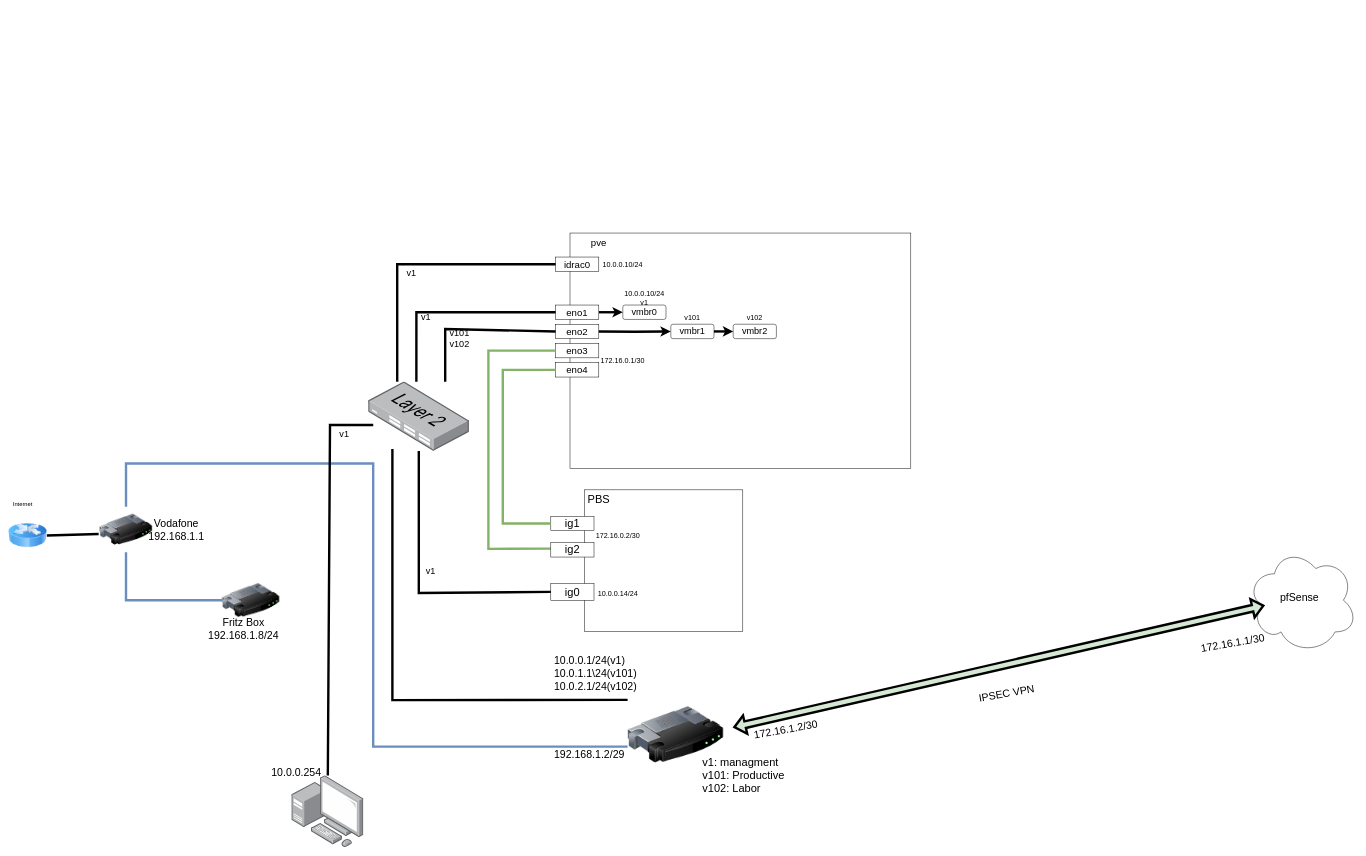
Before: Untitled Diagram.drawio in lucpfi/homelab, a draw.io diagram. Source tidied: cells renumbered, new cells numbered last; positions are measured from the earlier drawing's top-left corner, leaving out a move shared by most shapes. Both pictures are drawn from the tidied source at 48%, with x=0, y=0 at pixel (8, 223). Pictures stored in the file or linked from it are replaced by grey dashed boxes.
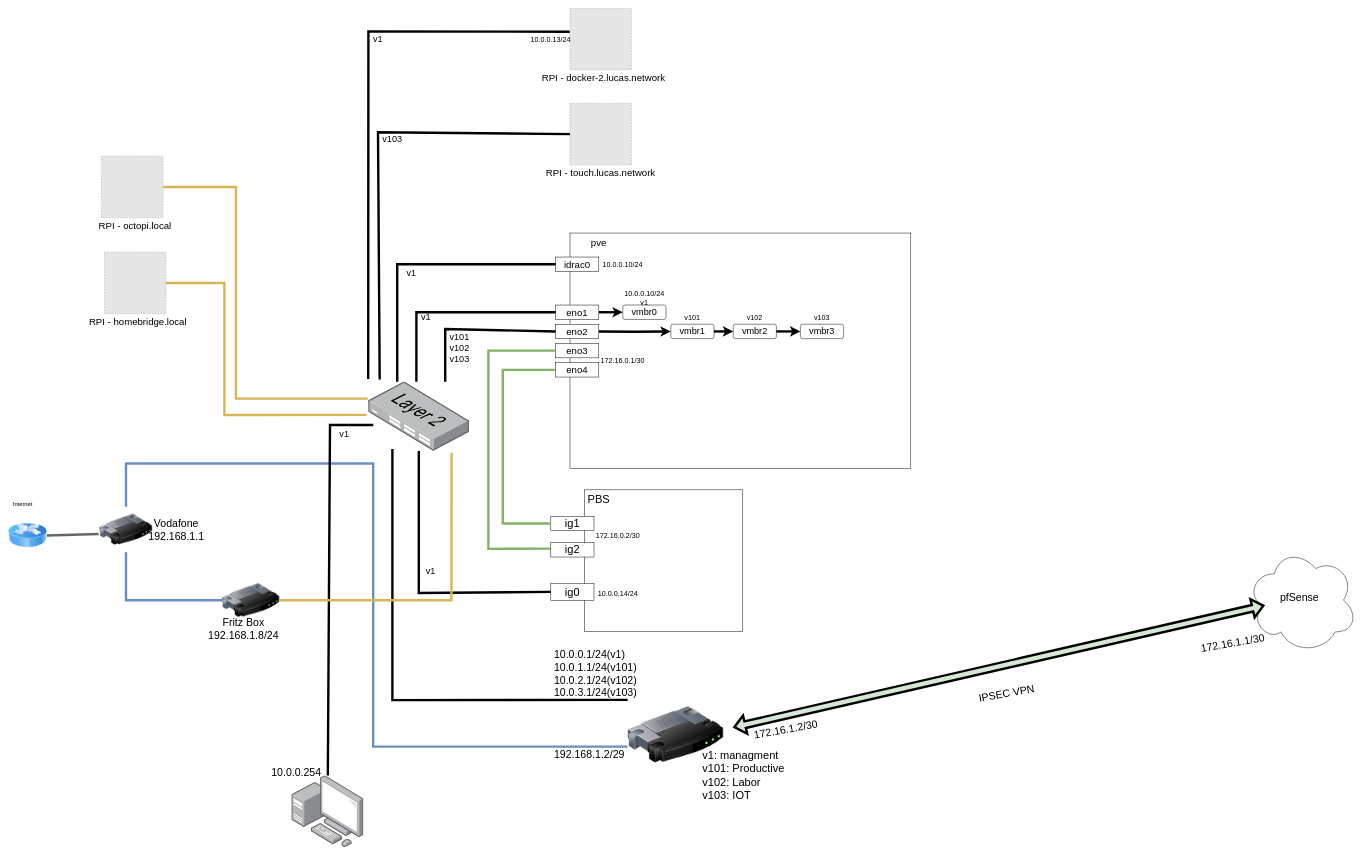
The same page after the edit.

Unchanged cells that the change refers to:
```xml
<mxCell id="2" style="image;html=1;image=img/lib/clip_art/networking/Router_128x128.png;" parent="1" vertex="1">
  <mxGeometry x="190" y="590" width="110" height="95" as="geometry" />
</mxCell>
<mxCell id="4" style="image;html=1;image=img/lib/clip_art/networking/Router_128x128.png;" parent="1" vertex="1">
  <mxGeometry x="445" y="740" width="120" height="90" as="geometry" />
</mxCell>
<mxCell id="5" style="image;html=1;image=img/lib/clip_art/networking/Router_Icon_128x128.png;" parent="1" vertex="1">
  <mxGeometry y="610" width="80" height="80" as="geometry" />
</mxCell>
<mxCell id="11" style="points=[];html=1;align=center;shadow=0;dashed=0;image;image=img/lib/allied_telesis/switch/Switch_24_port_L2.svg;fontSize=20;" parent="1" vertex="1">
  <mxGeometry x="750" y="330" width="210" height="143.9" as="geometry" />
</mxCell>
<mxCell id="44" value="vmbr2" style="rounded=1;whiteSpace=wrap;html=1;fontFamily=Helvetica;fontSize=19;fontColor=default;fillColor=none;gradientColor=none;" parent="1" vertex="1">
  <mxGeometry x="1510" y="210" width="90" height="30" as="geometry" />
</mxCell>
```

Change to the diagram source:
```diff
@@
-    <mxCell id="6" style="endArrow=none;html=1;rounded=0;exitX=1;exitY=0.5;exitDx=0;exitDy=0;strokeWidth=5;entryX=-0.018;entryY=0.601;entryDx=0;entryDy=0;entryPerimeter=0;" parent="1" edge="1" source="5" target="2">
+    <mxCell id="6" style="endArrow=none;html=1;rounded=0;exitX=1;exitY=0.5;exitDx=0;exitDy=0;strokeWidth=5;entryX=-0.018;entryY=0.601;entryDx=0;entryDy=0;entryPerimeter=0;fillColor=#f5f5f5;strokeColor=#666666;" parent="1" edge="1" source="5" target="2">
       <mxGeometry relative="1" as="geometry" />
     </mxCell>
@@
-    <mxCell id="21" value="v1: managment&lt;br&gt;v101: Productive&lt;br&gt;&lt;div&gt;&lt;div&gt;v102: Labor&lt;/div&gt;&lt;/div&gt;" style="text;html=1;strokeColor=none;fillColor=none;align=left;verticalAlign=middle;whiteSpace=wrap;rounded=0;fontSize=23;" parent="1" vertex="1">
+    <mxCell id="21" value="v1: managment&lt;br&gt;v101: Productive&lt;br&gt;&lt;div&gt;&lt;div&gt;v102: Labor&lt;/div&gt;&lt;div&gt;v103: IOT&lt;br&gt;&lt;/div&gt;&lt;/div&gt;" style="text;html=1;strokeColor=none;fillColor=none;align=left;verticalAlign=middle;whiteSpace=wrap;rounded=0;fontSize=23;" parent="1" vertex="1">
       <mxGeometry x="1444" y="1050" width="210" height="200" as="geometry" />
     </mxCell>
-    <mxCell id="22" value="&lt;div&gt;v101&lt;/div&gt;&lt;div&gt;v102&lt;/div&gt;" style="text;html=1;strokeColor=none;fillColor=none;align=center;verticalAlign=middle;whiteSpace=wrap;rounded=0;fontSize=19;" parent="1" vertex="1">
-      <mxGeometry x="910" y="200" width="60" height="80" as="geometry" />
+    <mxCell id="22" value="&lt;div&gt;v101&lt;/div&gt;&lt;div&gt;v102&lt;/div&gt;&lt;div&gt;v103&lt;br&gt;&lt;/div&gt;" style="text;html=1;strokeColor=none;fillColor=none;align=center;verticalAlign=middle;whiteSpace=wrap;rounded=0;fontSize=19;" parent="1" vertex="1">
+      <mxGeometry x="910" y="220" width="60" height="80" as="geometry" />
     </mxCell>
@@
-    <mxCell id="35" value="10.0.0.1/24(v1)&lt;br style=&quot;font-size: 22px&quot;&gt;10.0.1.1\24(v101)&lt;br style=&quot;font-size: 22px&quot;&gt;10.0.2.1/24(v102)" style="text;html=1;strokeColor=none;fillColor=none;align=left;verticalAlign=middle;whiteSpace=wrap;rounded=0;fontSize=22;" parent="1" vertex="1">
+    <mxCell id="35" value="10.0.0.1/24(v1)&lt;br style=&quot;font-size: 22px&quot;&gt;10.0.1.1/24(v101)&lt;br style=&quot;font-size: 22px&quot;&gt;&lt;div&gt;10.0.2.1/24(v102)&lt;/div&gt;&lt;div&gt;10.0.3.1/24(v103)&lt;br&gt;&lt;/div&gt;" style="text;html=1;strokeColor=none;fillColor=none;align=left;verticalAlign=middle;whiteSpace=wrap;rounded=0;fontSize=22;" parent="1" vertex="1">
       <mxGeometry x="1135" y="900" width="140" height="75" as="geometry" />
     </mxCell>
@@
+    <mxCell id="62" style="edgeStyle=orthogonalEdgeStyle;rounded=0;jettySize=auto;html=1;entryX=0;entryY=0.5;entryDx=0;entryDy=0;strokeWidth=5;" parent="1" edge="1" source="44" target="63">
+      <mxGeometry relative="1" as="geometry" />
+    </mxCell>
@@
+    <mxCell id="63" value="&lt;div&gt;vmbr3&lt;/div&gt;" style="rounded=1;whiteSpace=wrap;html=1;fontFamily=Helvetica;fontSize=19;fontColor=default;fillColor=none;gradientColor=none;" parent="1" vertex="1">
+      <mxGeometry x="1650" y="210" width="90" height="30" as="geometry" />
+    </mxCell>
+    <mxCell id="64" value="v103" style="text;html=1;strokeColor=none;fillColor=none;align=center;verticalAlign=middle;whiteSpace=wrap;rounded=0;fontFamily=Helvetica;fontSize=15;fontColor=default;" parent="1" vertex="1">
+      <mxGeometry x="1650" y="180" width="90" height="30" as="geometry" />
+    </mxCell>
+    <mxCell id="65" style="fillColor=#E6E6E6;strokeColor=#999999;dashed=1;html=1;verticalAlign=top;verticalLabelPosition=bottom;labelBackgroundColor=#ffffff;" parent="1" vertex="1">
+      <mxGeometry x="1170" y="-250" width="128" height="128" as="geometry" />
+    </mxCell>
+    <mxCell id="66" style="endArrow=none;html=1;rounded=0;fontFamily=Helvetica;fontSize=15;fontColor=default;strokeWidth=5;entryX=0;entryY=0.5;entryDx=0;entryDy=0;exitX=0.112;exitY=-0.034;exitDx=0;exitDy=0;exitPerimeter=0;" parent="1" edge="1" source="11" target="65">
+      <mxGeometry relative="1" as="geometry">
+        <Array as="points">
+          <mxPoint x="770" y="-190" />
+        </Array>
+      </mxGeometry>
+    </mxCell>
+    <mxCell id="67" value="v103" style="text;html=1;strokeColor=none;fillColor=none;align=center;verticalAlign=middle;whiteSpace=wrap;rounded=0;fontFamily=Helvetica;fontSize=19;fontColor=default;" parent="1" vertex="1">
+      <mxGeometry x="770" y="-190" width="60" height="30" as="geometry" />
+    </mxCell>
+    <mxCell id="68" style="fillColor=#E6E6E6;strokeColor=#999999;dashed=1;html=1;verticalAlign=top;verticalLabelPosition=bottom;labelBackgroundColor=#ffffff;" parent="1" vertex="1">
+      <mxGeometry x="1170" y="-448" width="128" height="128" as="geometry" />
+    </mxCell>
+    <mxCell id="69" style="endArrow=none;html=1;rounded=0;fontFamily=Helvetica;fontSize=15;fontColor=default;strokeWidth=5;entryX=-0.004;entryY=0.379;entryDx=0;entryDy=0;exitX=-0.002;exitY=-0.04;exitDx=0;exitDy=0;exitPerimeter=0;entryPerimeter=0;" parent="1" edge="1" source="11" target="68">
+      <mxGeometry relative="1" as="geometry">
+        <Array as="points">
+          <mxPoint x="750" y="-400" />
+        </Array>
+      </mxGeometry>
+    </mxCell>
+    <mxCell id="70" value="v1" style="text;html=1;strokeColor=none;fillColor=none;align=center;verticalAlign=middle;whiteSpace=wrap;rounded=0;fontFamily=Helvetica;fontSize=19;fontColor=default;" parent="1" vertex="1">
+      <mxGeometry x="740" y="-399" width="60" height="30" as="geometry" />
+    </mxCell>
+    <mxCell id="71" value="RPI - docker-2.lucas.network" style="text;html=1;strokeColor=none;fillColor=none;align=center;verticalAlign=middle;whiteSpace=wrap;rounded=0;fontSize=20;" parent="1" vertex="1">
+      <mxGeometry x="1080" y="-320" width="320" height="30" as="geometry" />
+    </mxCell>
+    <mxCell id="72" value="RPI - touch.lucas.network" style="text;html=1;strokeColor=none;fillColor=none;align=center;verticalAlign=middle;whiteSpace=wrap;rounded=0;fontSize=20;" parent="1" vertex="1">
+      <mxGeometry x="1074" y="-122" width="320" height="30" as="geometry" />
+    </mxCell>
+    <mxCell id="73" style="endArrow=none;html=1;rounded=0;strokeWidth=5;entryX=0.825;entryY=1.025;entryDx=0;entryDy=0;exitX=1;exitY=0.5;exitDx=0;exitDy=0;fillColor=#fff2cc;strokeColor=#d6b656;entryPerimeter=0;" parent="1" edge="1" source="4" target="11">
+      <mxGeometry relative="1" as="geometry">
+        <Array as="points">
+          <mxPoint x="923" y="785" />
+        </Array>
+      </mxGeometry>
+    </mxCell>
+    <mxCell id="74" style="endArrow=none;html=1;rounded=0;strokeWidth=5;exitX=-0.02;exitY=0.478;exitDx=0;exitDy=0;fillColor=#fff2cc;strokeColor=#d6b656;entryX=1;entryY=0.5;entryDx=0;entryDy=0;exitPerimeter=0;" parent="1" edge="1" source="11" target="75">
+      <mxGeometry relative="1" as="geometry">
+        <Array as="points">
+          <mxPoint x="450" y="399" />
+          <mxPoint x="450" y="124" />
+        </Array>
+      </mxGeometry>
+    </mxCell>
+    <mxCell id="75" style="fillColor=#E6E6E6;strokeColor=#999999;dashed=1;html=1;verticalAlign=top;verticalLabelPosition=bottom;labelBackgroundColor=#ffffff;" parent="1" vertex="1">
+      <mxGeometry x="200" y="60" width="128" height="128" as="geometry" />
+    </mxCell>
+    <mxCell id="76" value="RPI - homebridge.local" style="text;html=1;strokeColor=none;fillColor=none;align=center;verticalAlign=middle;whiteSpace=wrap;rounded=0;fontSize=20;" parent="1" vertex="1">
+      <mxGeometry x="110" y="190" width="320" height="30" as="geometry" />
+    </mxCell>
+    <mxCell id="77" style="fillColor=#E6E6E6;strokeColor=#999999;dashed=1;html=1;verticalAlign=top;verticalLabelPosition=bottom;labelBackgroundColor=#ffffff;" parent="1" vertex="1">
+      <mxGeometry x="194" y="-140" width="128" height="128" as="geometry" />
+    </mxCell>
+    <mxCell id="78" value="RPI - octopi.local" style="text;html=1;strokeColor=none;fillColor=none;align=center;verticalAlign=middle;whiteSpace=wrap;rounded=0;fontSize=20;" parent="1" vertex="1">
+      <mxGeometry x="104" y="-10" width="320" height="30" as="geometry" />
+    </mxCell>
+    <mxCell id="79" style="endArrow=none;html=1;rounded=0;strokeWidth=5;fillColor=#fff2cc;strokeColor=#d6b656;entryX=1;entryY=0.5;entryDx=0;entryDy=0;exitX=-0.008;exitY=0.243;exitDx=0;exitDy=0;exitPerimeter=0;" parent="1" edge="1" source="11" target="77">
+      <mxGeometry relative="1" as="geometry">
+        <Array as="points">
+          <mxPoint x="474" y="365" />
+          <mxPoint x="474" y="-76" />
+        </Array>
+      </mxGeometry>
+    </mxCell>
+    <mxCell id="80" value="10.0.0.13/24" style="text;html=1;strokeColor=none;fillColor=none;align=center;verticalAlign=middle;whiteSpace=wrap;rounded=0;fontFamily=Helvetica;fontSize=15;fontColor=default;" parent="1" vertex="1">
+      <mxGeometry x="1080" y="-404" width="100" height="40" as="geometry" />
+    </mxCell>
```
